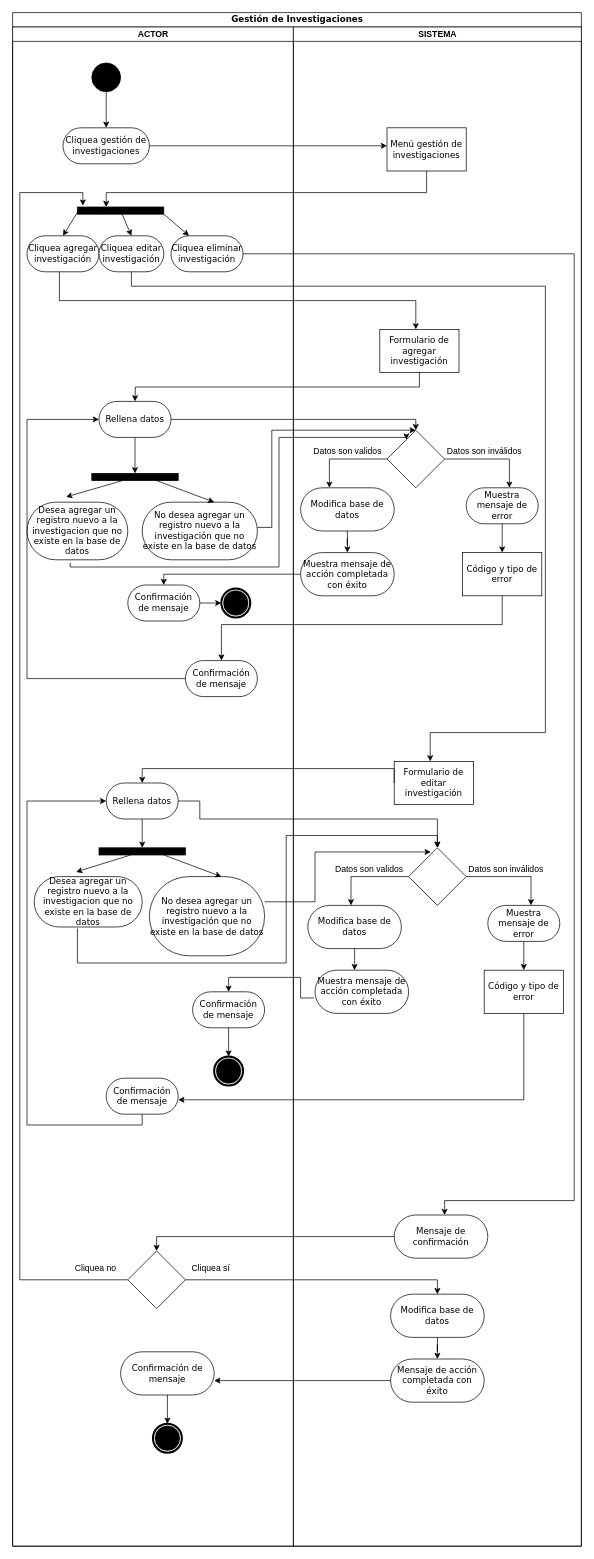
Before: MET/Gestión de investigaciones.drawio in NeutronBlast/IS-Ex, a draw.io diagram. Source tidied: cells renumbered, new cells numbered last; positions are measured from the earlier drawing's top-left corner, leaving out a move shared by most shapes. Both pictures are drawn from the tidied source at 72%, with x=0, y=0 at pixel (12, 12).
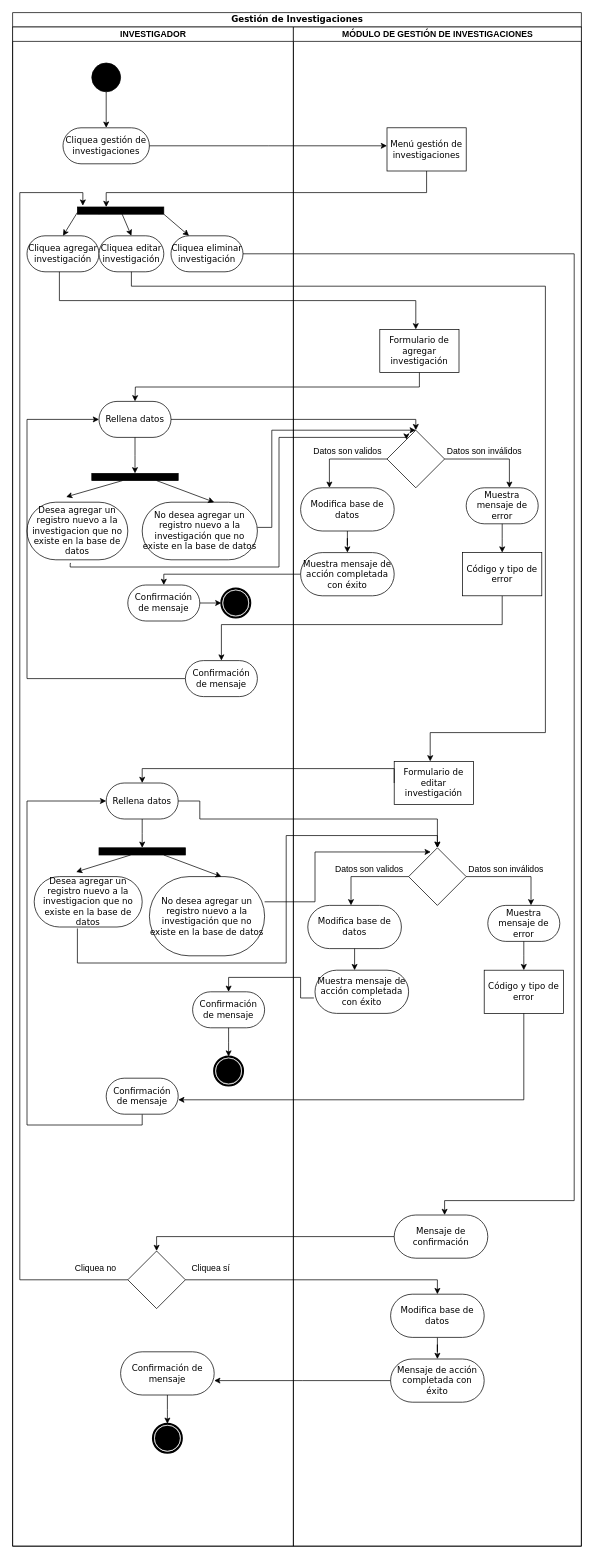
Above is the later version.

Unchanged cells that the change refers to:
```xml
<mxCell id="2" value="Gestión de Investigaciones" style="swimlane;html=1;startSize=20;rounded=0;shadow=0;comic=0;labelBackgroundColor=none;strokeWidth=1;fontFamily=Verdana;fontSize=12;align=center;" parent="1" vertex="1">
  <mxGeometry width="790" height="2130" as="geometry" />
</mxCell>
```

Change to the diagram source:
```diff
@@
-    <mxCell id="3" value="ACTOR" style="swimlane;html=1;startSize=20;" parent="2" vertex="1">
+    <mxCell id="3" value="INVESTIGADOR" style="swimlane;html=1;startSize=20;" parent="2" vertex="1">
       <mxGeometry y="20" width="390" height="2110" as="geometry" />
     </mxCell>
@@
-    <mxCell id="46" value="SISTEMA" style="swimlane;html=1;startSize=20;" parent="2" vertex="1">
+    <mxCell id="46" value="MÓDULO DE GESTIÓN DE INVESTIGACIONES" style="swimlane;html=1;startSize=20;" parent="2" vertex="1">
       <mxGeometry x="390" y="20" width="400" height="2110" as="geometry" />
     </mxCell>
```
